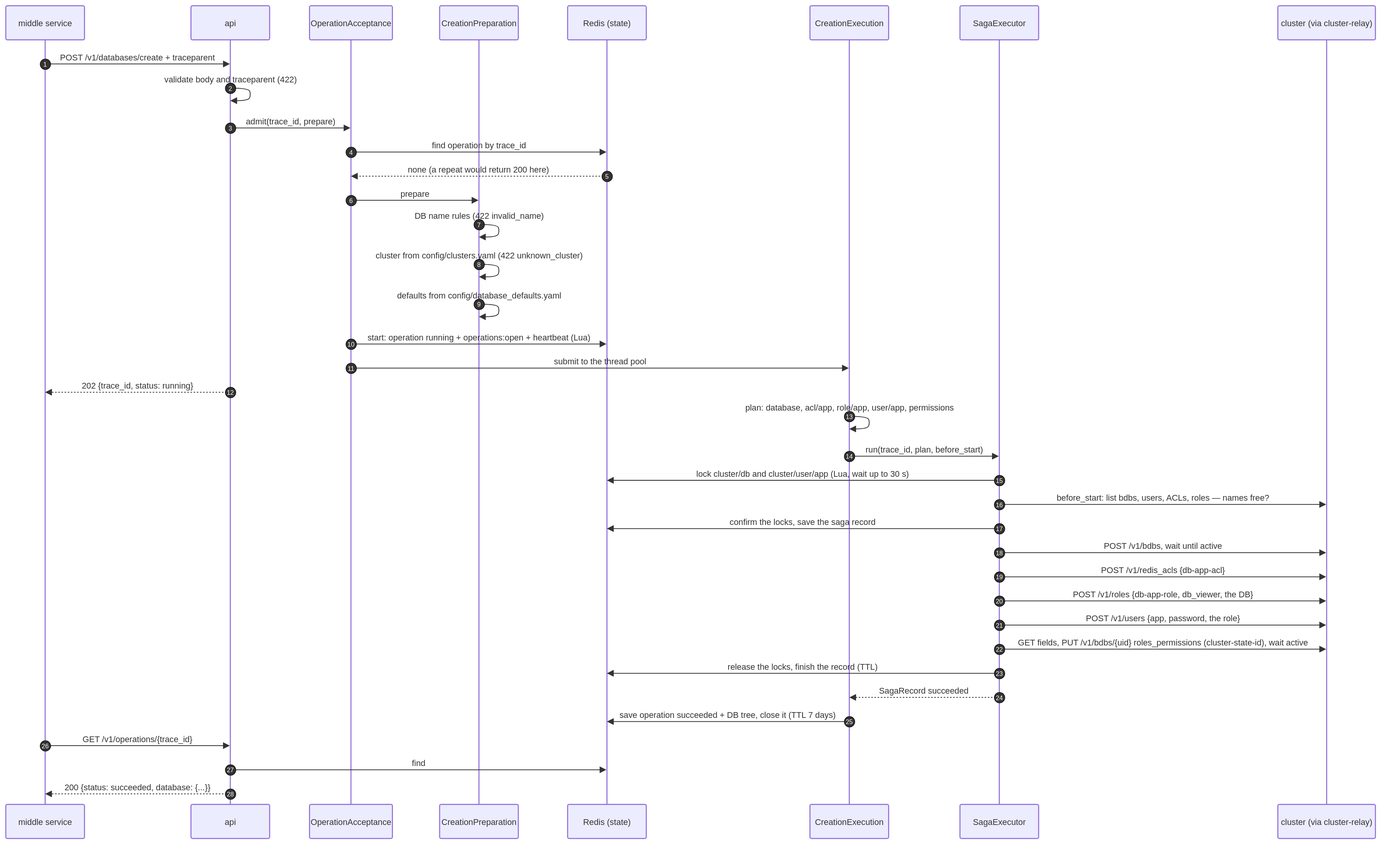
Earlier version of the draw.io export docs/diagrams/10-seq-create-single-site.drawio.svg (EliShteinman/redis-enterprise-services). Source tidied: cells renumbered, new cells last; positions are measured from the earlier drawing's top-left corner, leaving out a move shared by most shapes.
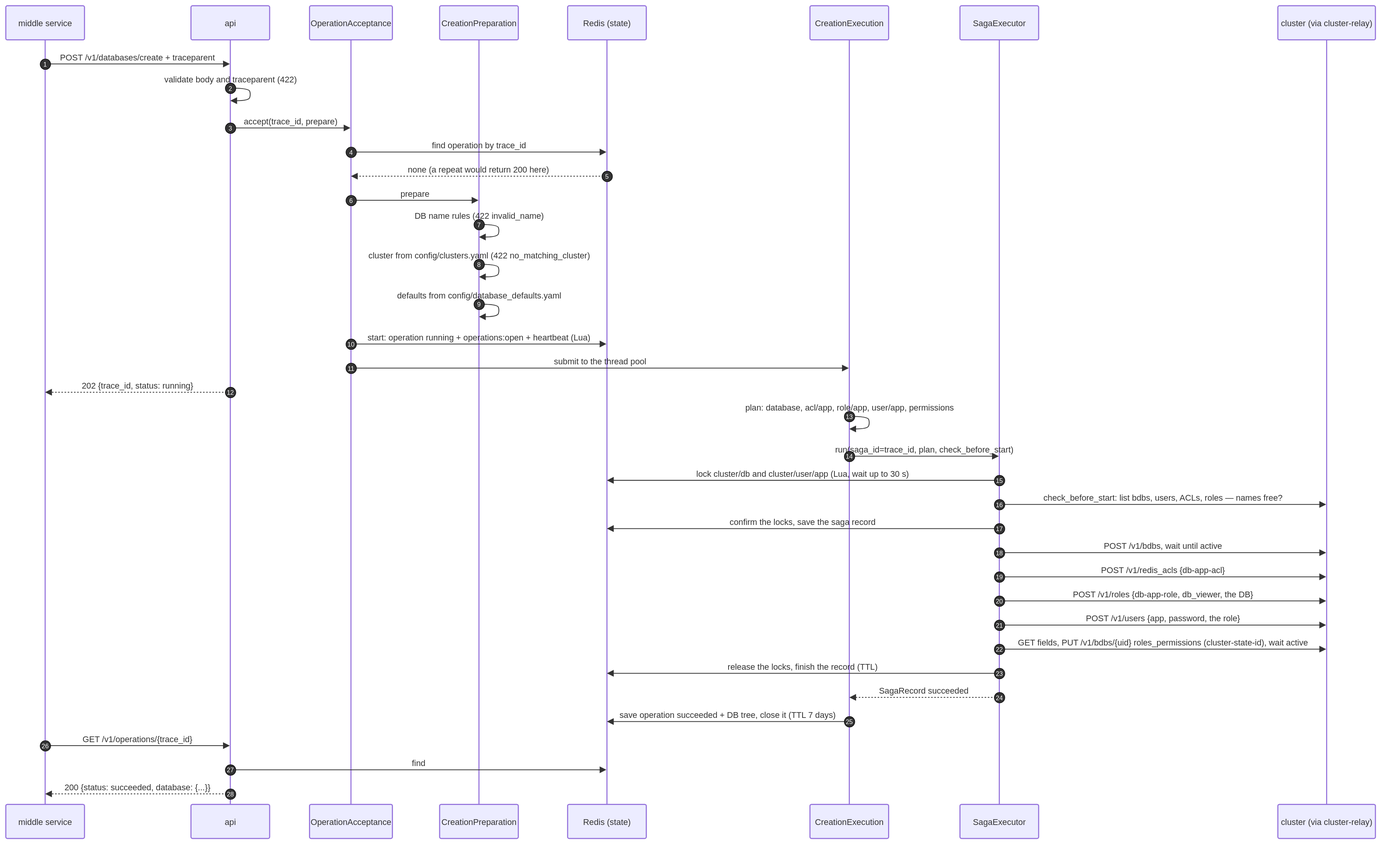
After the commit.

What changed in the source:
```diff
@@ -51,7 +51,7 @@
     <mxCell id="14" value="2" style="ellipse;fillColor=light-dark(#333333,#cccccc);align=center;verticalAlign=middle;fontColor=light-dark(#FFFFFF,#333333);fontSize=12;" parent="1" vertex="1">
       <mxGeometry x="418" y="147" width="20" height="20" as="geometry" />
     </mxCell>
-    <mxCell id="15" value="admit(trace_id, prepare)" style="endArrow=block;endSize=9;verticalAlign=bottom;spacingBottom=2;edgeStyle=sequenceEdgeStyle;libavoidRouting=0;curved=0;rounded=0;fontSize=16;labelBackgroundColor=none;strokeWidth=1.5;strokeColor=light-dark(#333333,#cccccc);fontColor=light-dark(#333333,#cccccc);fontFamily=Trebuchet MS,Verdana,Arial,sans-serif;" parent="1" edge="1" source="3" target="4">
+    <mxCell id="15" value="accept(trace_id, prepare)" style="endArrow=block;endSize=9;verticalAlign=bottom;spacingBottom=2;edgeStyle=sequenceEdgeStyle;libavoidRouting=0;curved=0;rounded=0;fontSize=16;labelBackgroundColor=none;strokeWidth=1.5;strokeColor=light-dark(#333333,#cccccc);fontColor=light-dark(#333333,#cccccc);fontFamily=Trebuchet MS,Verdana,Arial,sans-serif;" parent="1" edge="1" source="3" target="4">
       <mxGeometry relative="1" as="geometry">
         <Array as="points">
           <mxPoint x="543" y="233" />
@@ -115,7 +115,7 @@
         </Array>
       </mxGeometry>
     </mxCell>
-    <mxCell id="27" value="cluster from config/clusters.yaml (422 unknown_cluster)" style="text;html=1;strokeColor=none;fillColor=none;align=center;verticalAlign=middle;fontFamily=Trebuchet MS,Verdana,Arial,sans-serif;fontSize=16;fontColor=light-dark(#333333,#cccccc);" parent="1" vertex="1">
+    <mxCell id="27" value="cluster from config/clusters.yaml (422 no_matching_cluster)" style="text;html=1;strokeColor=none;fillColor=none;align=center;verticalAlign=middle;fontFamily=Trebuchet MS,Verdana,Arial,sans-serif;fontSize=16;fontColor=light-dark(#333333,#cccccc);" parent="1" vertex="1">
       <mxGeometry x="802" y="467" width="200" height="18" as="geometry" />
     </mxCell>
     <mxCell id="28" value="8" style="ellipse;fillColor=light-dark(#333333,#cccccc);align=center;verticalAlign=middle;fontColor=light-dark(#FFFFFF,#333333);fontSize=12;" parent="1" vertex="1">
@@ -181,7 +181,7 @@
     <mxCell id="40" value="13" style="ellipse;fillColor=light-dark(#333333,#cccccc);align=center;verticalAlign=middle;fontColor=light-dark(#FFFFFF,#333333);fontSize=12;" parent="1" vertex="1">
       <mxGeometry x="1598" y="773" width="20" height="20" as="geometry" />
     </mxCell>
-    <mxCell id="41" value="run(trace_id, plan, before_start)" style="endArrow=block;endSize=9;verticalAlign=bottom;spacingBottom=2;edgeStyle=sequenceEdgeStyle;libavoidRouting=0;curved=0;rounded=0;fontSize=16;labelBackgroundColor=none;strokeWidth=1.5;strokeColor=light-dark(#333333,#cccccc);fontColor=light-dark(#333333,#cccccc);fontFamily=Trebuchet MS,Verdana,Arial,sans-serif;" parent="1" edge="1" source="7" target="8">
+    <mxCell id="41" value="run(saga_id=trace_id, plan, check_before_start)" style="endArrow=block;endSize=9;verticalAlign=bottom;spacingBottom=2;edgeStyle=sequenceEdgeStyle;libavoidRouting=0;curved=0;rounded=0;fontSize=16;labelBackgroundColor=none;strokeWidth=1.5;strokeColor=light-dark(#333333,#cccccc);fontColor=light-dark(#333333,#cccccc);fontFamily=Trebuchet MS,Verdana,Arial,sans-serif;" parent="1" edge="1" source="7" target="8">
       <mxGeometry relative="1" as="geometry">
         <Array as="points">
           <mxPoint x="1751" y="859" />
@@ -201,7 +201,7 @@
     <mxCell id="44" value="15" style="ellipse;fillColor=light-dark(#333333,#cccccc);align=center;verticalAlign=middle;fontColor=light-dark(#FFFFFF,#333333);fontSize=12;" parent="1" vertex="1">
       <mxGeometry x="1884" y="895" width="20" height="20" as="geometry" />
     </mxCell>
-    <mxCell id="45" value="before_start: list bdbs, users, ACLs, roles — names free?" style="endArrow=block;endSize=9;verticalAlign=bottom;spacingBottom=2;edgeStyle=sequenceEdgeStyle;libavoidRouting=0;curved=0;rounded=0;fontSize=16;labelBackgroundColor=none;strokeWidth=1.5;strokeColor=light-dark(#333333,#cccccc);fontColor=light-dark(#333333,#cccccc);fontFamily=Trebuchet MS,Verdana,Arial,sans-serif;" parent="1" edge="1" source="8" target="9">
+    <mxCell id="45" value="check_before_start: list bdbs, users, ACLs, roles — names free?" style="endArrow=block;endSize=9;verticalAlign=bottom;spacingBottom=2;edgeStyle=sequenceEdgeStyle;libavoidRouting=0;curved=0;rounded=0;fontSize=16;labelBackgroundColor=none;strokeWidth=1.5;strokeColor=light-dark(#333333,#cccccc);fontColor=light-dark(#333333,#cccccc);fontFamily=Trebuchet MS,Verdana,Arial,sans-serif;" parent="1" edge="1" source="8" target="9">
       <mxGeometry relative="1" as="geometry">
         <Array as="points">
           <mxPoint x="2206" y="951" />
```
